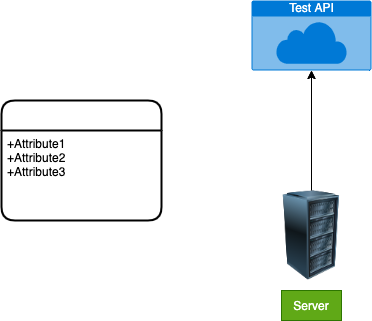
elianalopezv/draw keeps this draw.io diagram as test.drawio.png. Above is the earlier version. Source tidied: cells renumbered, new cells last; positions are measured from the earlier drawing's top-left corner, leaving out a move shared by most shapes.
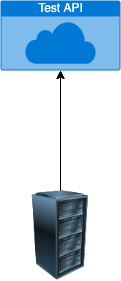
After the change.

Change to the diagram source:
```diff
@@ -14,14 +14,5 @@
     <mxCell id="5" style="image;html=1;image=img/lib/clip_art/computers/Server_Rack_128x128.png;" parent="1" vertex="1">
       <mxGeometry x="270" y="190" width="80" height="90" as="geometry" />
     </mxCell>
-    <mxCell id="6" value="Server" style="text;html=1;align=center;verticalAlign=middle;whiteSpace=wrap;rounded=0;fillColor=#60a917;fontColor=#ffffff;strokeColor=#2D7600;" parent="1" vertex="1">
-      <mxGeometry x="280" y="290" width="60" height="30" as="geometry" />
-    </mxCell>
-    <mxCell id="7" value="Entity" style="swimlane;horizontal=1;startSize=30;rounded=1;fontSize=14;fontStyle=0;strokeWidth=2;shadow=0;dashed=0;align=center;fontColor=#FFFFFF;strokeColor=#000000;" parent="1" vertex="1">
-      <mxGeometry y="100" width="160" height="120" as="geometry" />
-    </mxCell>
-    <mxCell id="8" value="+Attribute1&#10;+Attribute2&#10;+Attribute3" style="align=left;strokeColor=none;fillColor=none;spacingLeft=4;fontSize=12;verticalAlign=top;fontColor=#000000;" parent="7" vertex="1">
-      <mxGeometry y="30" width="160" height="90" as="geometry" />
-    </mxCell>
   </root>
 </mxGraphModel>
```
